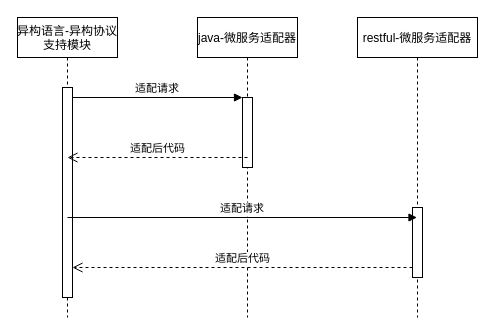
This is UML/java-restful支持时序图.drawio from wangjq4214/draw.io, a draw.io file, before an edit. Source tidied: cells renumbered, new cells numbered last; positions are measured from the earlier drawing's top-left corner, leaving out a move shared by most shapes. Both pictures are drawn from the tidied source at 100%, with x=0, y=0 at pixel (17, 17).
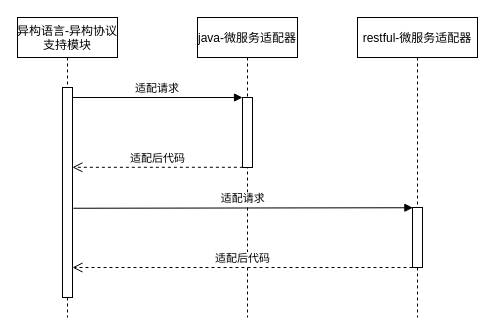
The same page after the edit.

Commit message:
Update java-restful支持时序图.drawio

Diff of the diagram source:
```diff
@@
 <mxGraphModel>
   <root>
     <mxCell id="0" />
     <mxCell id="1" parent="0" />
+    <mxCell id="12" style="group;" parent="1" vertex="1">
+      <mxGeometry width="460" height="300" as="geometry" />
+    </mxCell>
-    <mxCell id="2" value="异构语言-异构协议&#10;支持模块" style="shape=umlLifeline;perimeter=lifelinePerimeter;rounded=0;shadow=0;strokeWidth=1;" parent="1" vertex="1">
+    <mxCell id="2" value="异构语言-异构协议&#10;支持模块" style="shape=umlLifeline;perimeter=lifelinePerimeter;rounded=0;shadow=0;strokeWidth=1;" parent="12" vertex="1">
       <mxGeometry width="100" height="300" as="geometry" />
     </mxCell>
     <mxCell id="3" style="points=[];perimeter=orthogonalPerimeter;rounded=0;shadow=0;strokeWidth=1;" parent="2" vertex="1">
       <mxGeometry x="45" y="70" width="10" height="210" as="geometry" />
     </mxCell>
-    <mxCell id="4" value="java-微服务适配器" style="shape=umlLifeline;perimeter=lifelinePerimeter;rounded=0;shadow=0;strokeWidth=1;" parent="1" vertex="1">
+    <mxCell id="4" value="java-微服务适配器" style="shape=umlLifeline;perimeter=lifelinePerimeter;rounded=0;shadow=0;strokeWidth=1;" parent="12" vertex="1">
       <mxGeometry x="180" width="100" height="300" as="geometry" />
     </mxCell>
     <mxCell id="5" style="points=[];perimeter=orthogonalPerimeter;rounded=0;shadow=0;strokeWidth=1;" parent="4" vertex="1">
       <mxGeometry x="45" y="80" width="10" height="70" as="geometry" />
     </mxCell>
-    <mxCell id="6" value="适配请求" style="verticalAlign=bottom;endArrow=block;entryX=0;entryY=0;shadow=0;strokeWidth=1;" parent="1" edge="1" source="3" target="5">
+    <mxCell id="6" value="适配请求" style="verticalAlign=bottom;endArrow=block;entryX=0;entryY=0;shadow=0;strokeWidth=1;" parent="12" edge="1" source="3" target="5">
       <mxGeometry relative="1" as="geometry" />
     </mxCell>
-    <mxCell id="7" value="restful-微服务适配器" style="shape=umlLifeline;perimeter=lifelinePerimeter;rounded=0;shadow=0;strokeWidth=1;" parent="1" vertex="1">
+    <mxCell id="7" value="restful-微服务适配器" style="shape=umlLifeline;perimeter=lifelinePerimeter;rounded=0;shadow=0;strokeWidth=1;" parent="12" vertex="1">
       <mxGeometry x="340" width="120" height="300" as="geometry" />
     </mxCell>
     <mxCell id="8" style="points=[];perimeter=orthogonalPerimeter;rounded=0;shadow=0;strokeWidth=1;" parent="7" vertex="1">
-      <mxGeometry x="55" y="190" width="10" height="70" as="geometry" />
+      <mxGeometry x="55" y="190" width="10" height="60" as="geometry" />
     </mxCell>
-    <mxCell id="9" value="适配后代码" style="html=1;verticalAlign=bottom;endArrow=open;dashed=1;endSize=8;rounded=0;" parent="1" edge="1">
-      <mxGeometry relative="1" as="geometry">
-        <mxPoint x="230" y="140" as="sourcePoint" />
-        <mxPoint x="50" y="140" as="targetPoint" />
-        <Array as="points">
-          <mxPoint x="50" y="140" />
-        </Array>
-      </mxGeometry>
+    <mxCell id="9" value="适配后代码" style="html=1;verticalAlign=bottom;endArrow=open;dashed=1;endSize=8;rounded=0;exitX=0.038;exitY=0.997;exitDx=0;exitDy=0;exitPerimeter=0;entryX=0.99;entryY=0.38;entryDx=0;entryDy=0;entryPerimeter=0;" parent="12" edge="1" source="5" target="3">
+      <mxGeometry relative="1" as="geometry" />
     </mxCell>
-    <mxCell id="10" value="适配请求" style="verticalAlign=bottom;endArrow=block;shadow=0;strokeWidth=1;" parent="1" edge="1" target="7">
-      <mxGeometry relative="1" as="geometry">
-        <mxPoint x="50" y="200" as="sourcePoint" />
-      </mxGeometry>
+    <mxCell id="10" value="适配请求" style="verticalAlign=bottom;endArrow=block;shadow=0;strokeWidth=1;entryX=0.038;entryY=0.004;entryDx=0;entryDy=0;entryPerimeter=0;exitX=1.086;exitY=0.575;exitDx=0;exitDy=0;exitPerimeter=0;" parent="12" edge="1" source="3" target="8">
+      <mxGeometry relative="1" as="geometry" />
     </mxCell>
-    <mxCell id="11" value="适配后代码" style="html=1;verticalAlign=bottom;endArrow=open;dashed=1;endSize=8;rounded=0;" parent="1" edge="1" source="8" target="3">
+    <mxCell id="11" value="适配后代码" style="html=1;verticalAlign=bottom;endArrow=open;dashed=1;endSize=8;rounded=0;" parent="12" edge="1" source="8" target="3">
       <mxGeometry relative="1" as="geometry">
         <Array as="points">
           <mxPoint x="90" y="250" />
         </Array>
       </mxGeometry>
     </mxCell>
   </root>
 </mxGraphModel>
```
